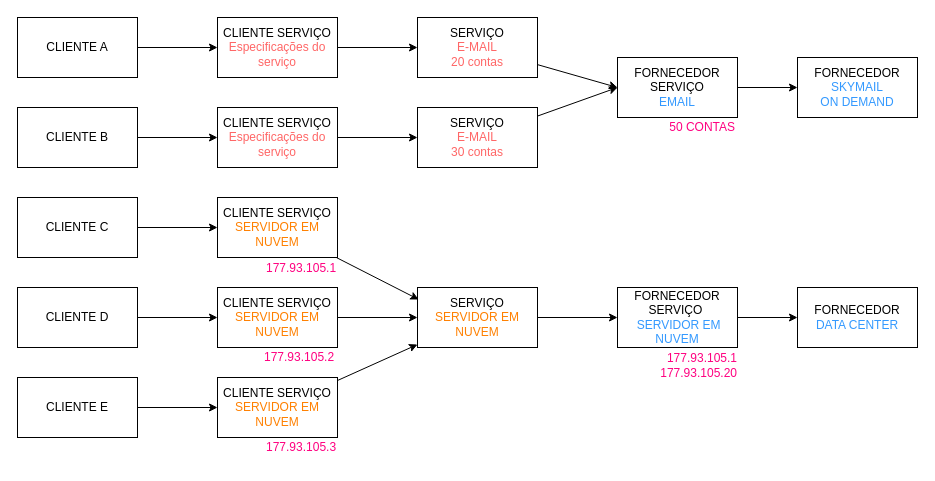
This is page "Caso de Uso - Fornecedores a Clientes" (1 of 5) of docs/draws/BoxApp.drawio from sigespweb22/boxapp-api, a draw.io file, before an edit. Source tidied: cells renumbered, new cells numbered last; positions are measured from the earlier drawing's top-left corner, leaving out a move shared by most shapes. Both pictures are drawn from the tidied source at 100%, with x=0, y=0 at pixel (17, 17).
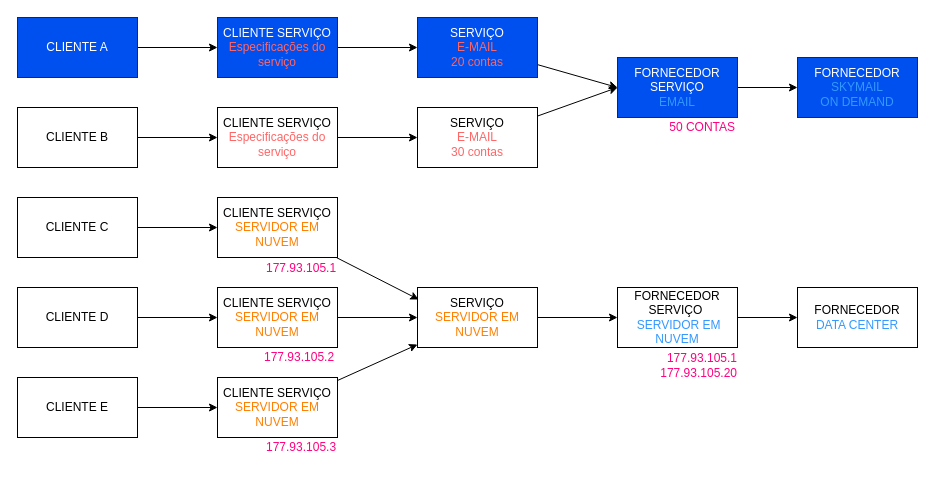
After the change.

Diff of the diagram source:
```diff
@@
-    <mxCell id="3" value="CLIENTE A" style="rounded=0;whiteSpace=wrap;html=1;" parent="1" vertex="1">
+    <mxCell id="3" value="CLIENTE A" style="rounded=0;whiteSpace=wrap;html=1;fillColor=#0050ef;fontColor=#ffffff;strokeColor=#001DBC;" parent="1" vertex="1">
       <mxGeometry width="120" height="60" as="geometry" />
     </mxCell>
@@
-    <mxCell id="17" value="CLIENTE SERVIÇO&lt;br&gt;&lt;font color=&quot;#ff6666&quot;&gt;Especificações do&lt;br&gt;serviço&lt;/font&gt;" style="rounded=0;whiteSpace=wrap;html=1;" parent="1" vertex="1">
+    <mxCell id="17" value="CLIENTE SERVIÇO&lt;br&gt;&lt;font color=&quot;#ff6666&quot;&gt;Especificações do&lt;br&gt;serviço&lt;/font&gt;" style="rounded=0;whiteSpace=wrap;html=1;fillColor=#0050ef;fontColor=#ffffff;strokeColor=#001DBC;" parent="1" vertex="1">
       <mxGeometry x="200" width="120" height="60" as="geometry" />
     </mxCell>
@@
-    <mxCell id="22" value="FORNECEDOR&lt;br&gt;&lt;font color=&quot;#3399ff&quot;&gt;SKYMAIL&lt;br&gt;ON DEMAND&lt;br&gt;&lt;/font&gt;" style="rounded=0;whiteSpace=wrap;html=1;" parent="1" vertex="1">
+    <mxCell id="22" value="FORNECEDOR&lt;br&gt;&lt;font color=&quot;#3399ff&quot;&gt;SKYMAIL&lt;br&gt;ON DEMAND&lt;br&gt;&lt;/font&gt;" style="rounded=0;whiteSpace=wrap;html=1;fillColor=#0050ef;fontColor=#ffffff;strokeColor=#001DBC;" parent="1" vertex="1">
       <mxGeometry x="780" y="40" width="120" height="60" as="geometry" />
     </mxCell>
@@
-    <mxCell id="30" value="SERVIÇO&lt;br&gt;&lt;font color=&quot;#ff6666&quot;&gt;E-MAIL &lt;br&gt;20 contas&lt;/font&gt;" style="rounded=0;whiteSpace=wrap;html=1;" parent="1" vertex="1">
+    <mxCell id="30" value="SERVIÇO&lt;br&gt;&lt;font color=&quot;#ff6666&quot;&gt;E-MAIL &lt;br&gt;20 contas&lt;/font&gt;" style="rounded=0;whiteSpace=wrap;html=1;fillColor=#0050ef;fontColor=#ffffff;strokeColor=#001DBC;" parent="1" vertex="1">
       <mxGeometry x="400" width="120" height="60" as="geometry" />
     </mxCell>
@@
-    <mxCell id="32" value="FORNECEDOR SERVIÇO&lt;br&gt;&lt;font color=&quot;#3399ff&quot;&gt;EMAIL&lt;/font&gt;" style="rounded=0;whiteSpace=wrap;html=1;" parent="1" vertex="1">
+    <mxCell id="32" value="FORNECEDOR SERVIÇO&lt;br&gt;&lt;font color=&quot;#3399ff&quot;&gt;EMAIL&lt;/font&gt;" style="rounded=0;whiteSpace=wrap;html=1;fillColor=#0050ef;fontColor=#ffffff;strokeColor=#001DBC;" parent="1" vertex="1">
       <mxGeometry x="600" y="40" width="120" height="60" as="geometry" />
     </mxCell>
```
